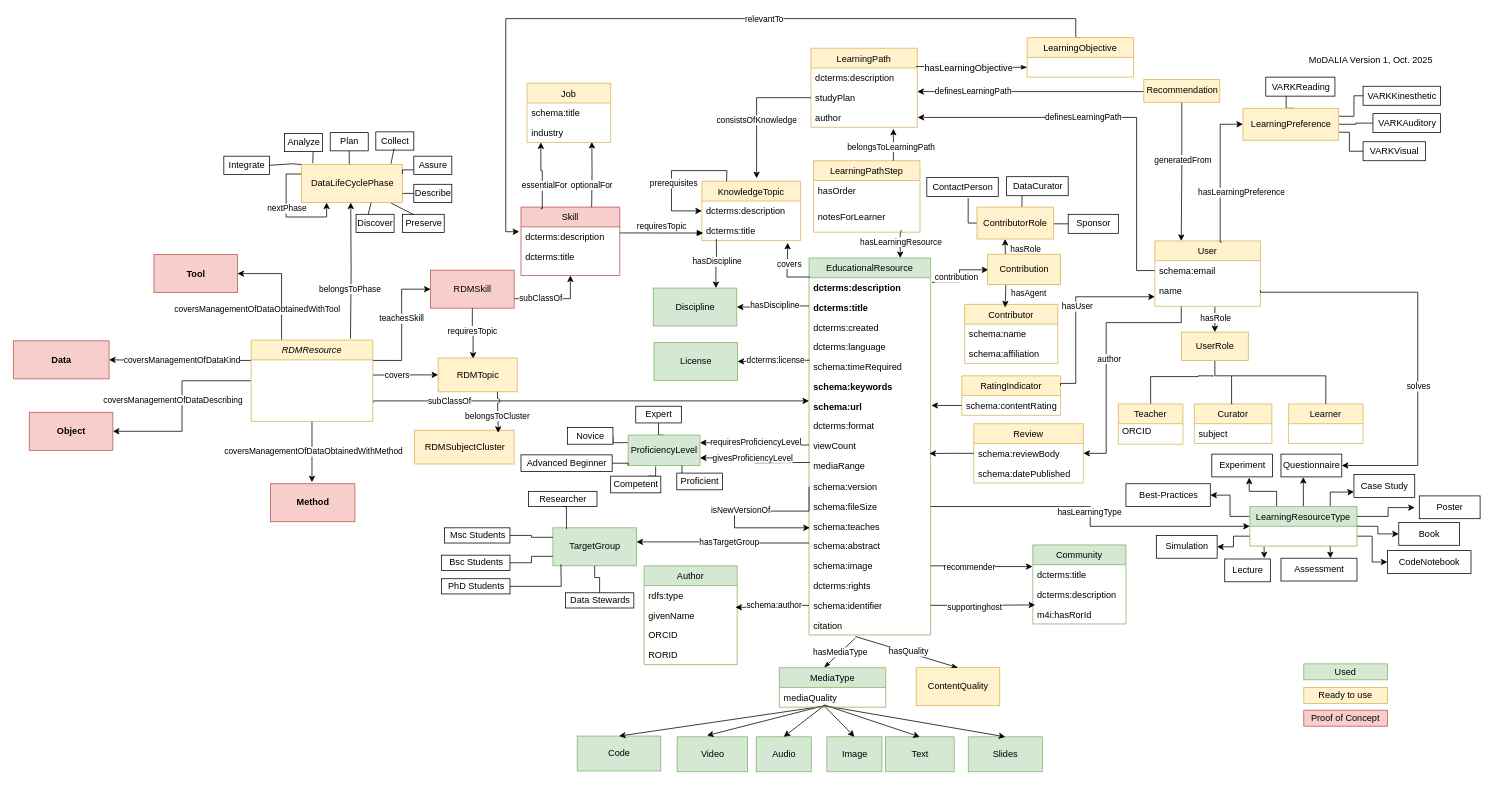
This is visualisations/Modalia_v1_Used_unused.drawio from data-literacy-alliance/dalia-ontology, a draw.io file, before an edit. Source tidied: cells renumbered, new cells numbered last; positions are measured from the earlier drawing's top-left corner, leaving out a move shared by most shapes. Both pictures are drawn from the tidied source at 76%, with x=0, y=0 at pixel (13, 18).
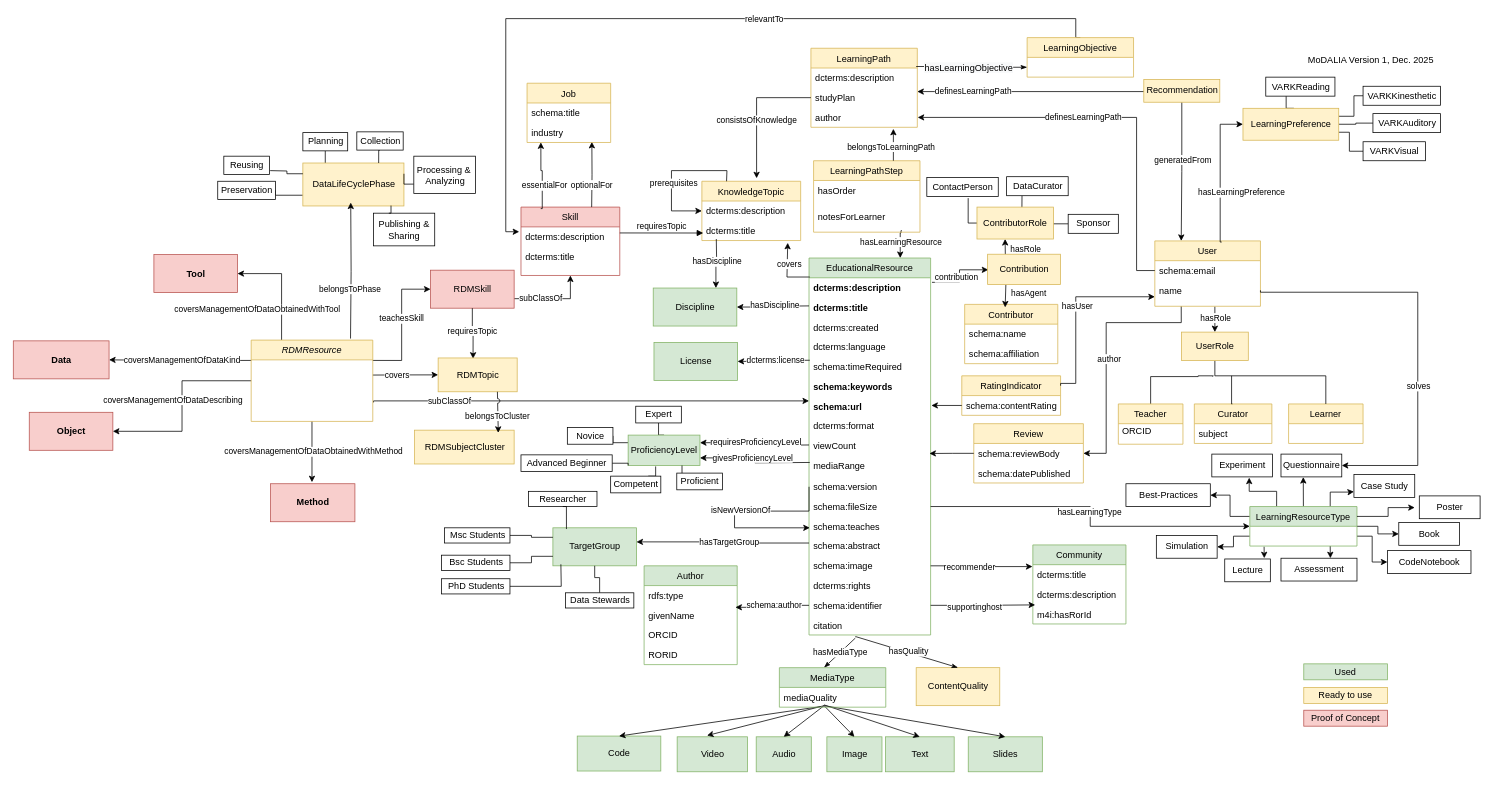
After the change.

The edit, as a diff of the source:
```diff
@@
-    <mxCell id="129" style="edgeStyle=orthogonalEdgeStyle;rounded=0;jettySize=auto;html=1;exitX=0.5;exitY=0;exitDx=0;exitDy=0;entryX=0.5;entryY=1;entryDx=0;entryDy=0;endArrow=none;endFill=0;" parent="1" edge="1" source="130" target="144">
-      <mxGeometry relative="1" as="geometry" />
+    <mxCell id="129" style="edgeStyle=orthogonalEdgeStyle;rounded=0;jettySize=auto;html=1;exitX=0.5;exitY=0;exitDx=0;exitDy=0;entryX=0.5;entryY=1;entryDx=0;entryDy=0;endArrow=none;endFill=0;" parent="1" edge="1" target="144">
+      <mxGeometry relative="1" as="geometry">
+        <mxPoint x="418.5" y="192" as="sourcePoint" />
+      </mxGeometry>
     </mxCell>
+    <mxCell id="279" style="edgeStyle=orthogonalEdgeStyle;rounded=0;jettySize=auto;html=1;exitX=0;exitY=0.75;exitDx=0;exitDy=0;entryX=1;entryY=0.5;entryDx=0;entryDy=0;endArrow=none;endFill=0;" parent="1" edge="1" source="130" target="152">
+      <mxGeometry relative="1" as="geometry" />
+    </mxCell>
     <mxCell id="130" value="DataLifeCyclePhase" style="html=1;fillColor=#fff2cc;strokeColor=#d6b656;" parent="1" vertex="1">
-      <mxGeometry x="379" y="192" width="133" height="50" as="geometry" />
+      <mxGeometry x="381" y="190" width="133" height="56.5" as="geometry" />
     </mxCell>
-    <mxCell id="131" style="edgeStyle=orthogonalEdgeStyle;rounded=0;orthogonalLoop=1;jettySize=auto;html=1;exitX=0;exitY=0.25;exitDx=0;exitDy=0;entryX=0.25;entryY=1;entryDx=0;entryDy=0;" parent="1" edge="1" source="130" target="130">
-      <mxGeometry relative="1" as="geometry">
-        <Array as="points">
-          <mxPoint x="359" y="205" />
-          <mxPoint x="359" y="261" />
-          <mxPoint x="412" y="261" />
-        </Array>
-      </mxGeometry>
-    </mxCell>
-    <mxCell id="132" value="nextPhase" style="edgeLabel;html=1;align=center;verticalAlign=middle;" parent="131" vertex="1">
-      <mxGeometry x="-0.33" relative="1" as="geometry">
-        <mxPoint y="15" as="offset" />
-      </mxGeometry>
-    </mxCell>
@@
-    <mxCell id="144" value="Plan" style="html=1;" parent="1" vertex="1">
-      <mxGeometry x="417" y="150" width="50" height="24" as="geometry" />
+    <mxCell id="144" value="Planning" style="html=1;" parent="1" vertex="1">
+      <mxGeometry x="381" y="150" width="59" height="24" as="geometry" />
     </mxCell>
+    <mxCell id="280" style="edgeStyle=orthogonalEdgeStyle;rounded=0;jettySize=auto;html=1;exitX=0.5;exitY=1;exitDx=0;exitDy=0;entryX=0.75;entryY=0;entryDx=0;entryDy=0;endArrow=none;endFill=0;" parent="1" edge="1" source="145" target="130">
+      <mxGeometry relative="1" as="geometry" />
+    </mxCell>
-    <mxCell id="145" value="Collect" style="html=1;" parent="1" vertex="1">
-      <mxGeometry x="477" y="149" width="50" height="24" as="geometry" />
+    <mxCell id="145" value="Collection" style="html=1;" parent="1" vertex="1">
+      <mxGeometry x="452" y="149" width="61" height="24" as="geometry" />
     </mxCell>
-    <mxCell id="146" style="edgeStyle=orthogonalEdgeStyle;rounded=0;jettySize=auto;html=1;exitX=0.75;exitY=1;exitDx=0;exitDy=0;entryX=0.113;entryY=-0.036;entryDx=0;entryDy=0;entryPerimeter=0;endArrow=none;endFill=0;" parent="1" edge="1" source="147" target="130">
-      <mxGeometry relative="1" as="geometry" />
-    </mxCell>
-    <mxCell id="147" value="Analyze" style="html=1;" parent="1" vertex="1">
-      <mxGeometry x="357" y="151" width="50" height="24" as="geometry" />
+    <mxCell id="147" value="Publishing &amp;amp;&lt;div&gt;Sharing&lt;/div&gt;" style="html=1;" parent="1" vertex="1">
+      <mxGeometry x="474" y="256" width="80.5" height="43" as="geometry" />
     </mxCell>
@@
-    <mxCell id="149" value="Assure" style="html=1;" parent="1" vertex="1">
-      <mxGeometry x="527" y="181" width="50" height="24" as="geometry" />
+    <mxCell id="149" value="Processing &amp;amp;&amp;nbsp;&lt;div&gt;Analyzing&lt;/div&gt;" style="html=1;" parent="1" vertex="1">
+      <mxGeometry x="527" y="181" width="81" height="49" as="geometry" />
     </mxCell>
-    <mxCell id="150" style="edgeStyle=orthogonalEdgeStyle;rounded=0;jettySize=auto;html=1;exitX=0;exitY=0.5;exitDx=0;exitDy=0;entryX=1;entryY=0.75;entryDx=0;entryDy=0;endArrow=none;endFill=0;" parent="1" edge="1" source="151" target="130">
-      <mxGeometry relative="1" as="geometry" />
-    </mxCell>
-    <mxCell id="151" value="Describe" style="html=1;" parent="1" vertex="1">
-      <mxGeometry x="527" y="218" width="50" height="24" as="geometry" />
-    </mxCell>
-    <mxCell id="152" value="Preserve" style="html=1;" parent="1" vertex="1">
-      <mxGeometry x="512" y="257.5" width="55" height="24" as="geometry" />
+    <mxCell id="152" value="Preservation" style="html=1;" parent="1" vertex="1">
+      <mxGeometry x="269" y="214" width="76" height="24" as="geometry" />
     </mxCell>
-    <mxCell id="153" value="Discover" style="html=1;" parent="1" vertex="1">
-      <mxGeometry x="451" y="257.5" width="50" height="24" as="geometry" />
-    </mxCell>
-    <mxCell id="154" value="Integrate" style="html=1;" parent="1" vertex="1">
+    <mxCell id="154" value="Reusing" style="html=1;" parent="1" vertex="1">
       <mxGeometry x="277" y="181" width="60" height="24" as="geometry" />
     </mxCell>
-    <mxCell id="155" style="endArrow=none;html=1;rounded=0;exitX=0.887;exitY=-0.02;exitDx=0;exitDy=0;exitPerimeter=0;" parent="1" edge="1" source="130">
-      <mxGeometry relative="1" as="geometry">
-        <mxPoint x="501" y="171" as="targetPoint" />
-      </mxGeometry>
-    </mxCell>
-    <mxCell id="156" style="endArrow=none;html=1;rounded=0;entryX=0.889;entryY=1.036;entryDx=0;entryDy=0;entryPerimeter=0;" parent="1" edge="1">
-      <mxGeometry relative="1" as="geometry">
-        <mxPoint x="527" y="258" as="sourcePoint" />
-        <mxPoint x="497.2" y="242.8" as="targetPoint" />
-      </mxGeometry>
-    </mxCell>
-    <mxCell id="157" style="endArrow=none;html=1;rounded=0;entryX=0.69;entryY=1.004;entryDx=0;entryDy=0;entryPerimeter=0;" parent="1" edge="1" target="130">
-      <mxGeometry relative="1" as="geometry">
-        <mxPoint x="467" y="257.5" as="sourcePoint" />
-      </mxGeometry>
-    </mxCell>
-    <mxCell id="158" style="endArrow=none;html=1;rounded=0;entryX=0;entryY=0;entryDx=0;entryDy=0;exitX=1;exitY=0.5;exitDx=0;exitDy=0;" parent="1" edge="1" source="154" target="130">
-      <mxGeometry relative="1" as="geometry">
-        <Array as="points">
-          <mxPoint x="367" y="191" />
-        </Array>
-      </mxGeometry>
-    </mxCell>
@@
-    <mxCell id="171" value="MoDALIA Version 1, Oct. 2025" style="text;html=1;strokeColor=none;fillColor=none;align=center;verticalAlign=middle;whiteSpace=wrap;rounded=0;" parent="1" vertex="1">
+    <mxCell id="171" value="MoDALIA Version 1, Dec. 2025" style="text;html=1;strokeColor=none;fillColor=none;align=center;verticalAlign=middle;whiteSpace=wrap;rounded=0;" parent="1" vertex="1">
       <mxGeometry x="1695" y="40" width="183" height="30" as="geometry" />
     </mxCell>
@@
+    <mxCell id="281" style="edgeStyle=orthogonalEdgeStyle;rounded=0;jettySize=auto;html=1;exitX=0;exitY=0.25;exitDx=0;exitDy=0;endArrow=none;endFill=0;" parent="1" edge="1" source="130">
+      <mxGeometry relative="1" as="geometry">
+        <mxPoint x="338" y="200" as="targetPoint" />
+      </mxGeometry>
+    </mxCell>
+    <mxCell id="146" style="edgeStyle=orthogonalEdgeStyle;rounded=0;jettySize=auto;html=1;exitX=0.25;exitY=0;exitDx=0;exitDy=0;entryX=0.872;entryY=0.991;entryDx=0;entryDy=0;entryPerimeter=0;endArrow=none;endFill=0;" parent="1" edge="1" source="147" target="130">
+      <mxGeometry relative="1" as="geometry" />
+    </mxCell>
```
